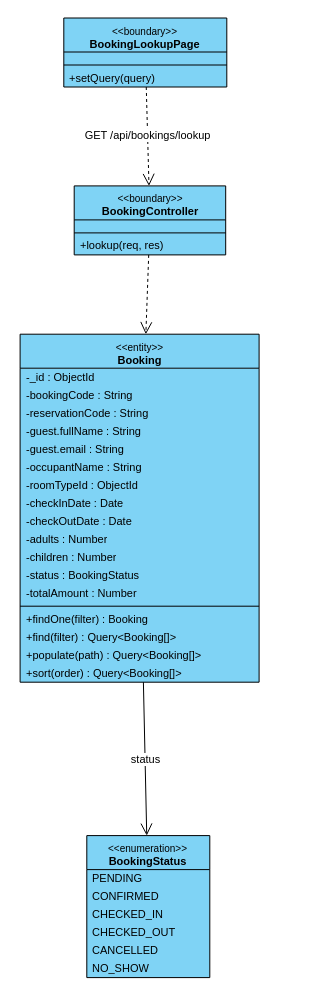
This is final/diagrams/M3_Booking-And-Customer_Diagrams/class_diagrams/CD-12_UC-G13_CheckBookingStatus.drawio from toikobi401/SWD392, a draw.io file, before an edit. Source tidied: cells renumbered, new cells numbered last; positions are measured from the earlier drawing's top-left corner, leaving out a move shared by most shapes. Both pictures are drawn from the tidied source at 100%, with x=0, y=0 at pixel (20, 17).
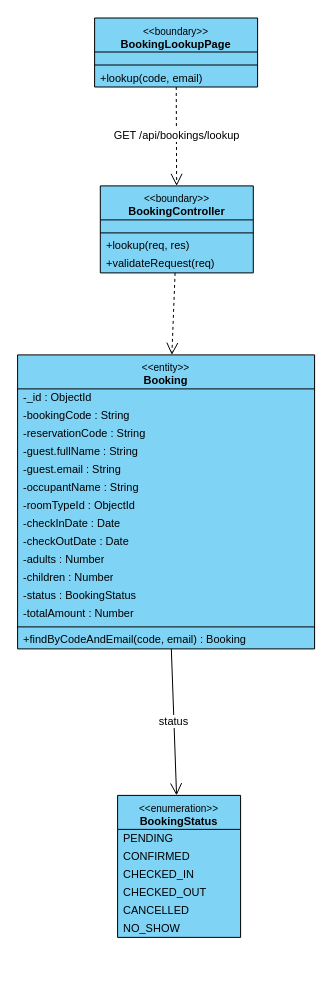
The same diagram, later.

Diff of the diagram source:
```diff
@@
     <mxCell id="2" value="&lt;font style=&quot;font-size:10px&quot;&gt;&amp;lt;&amp;lt;boundary&amp;gt;&amp;gt;&lt;/font&gt;&lt;br&gt;&lt;b&gt;BookingLookupPage&lt;/b&gt;" style="swimlane;fontStyle=0;align=center;verticalAlign=top;horizontal=1;startSize=34;html=1;whiteSpace=wrap;fontSize=11;fillColor=#7fd3f5;swimlaneFillColor=#7fd3f5;strokeColor=#000000;" parent="1" vertex="1">
-      <mxGeometry x="43.3" y="0.5" width="163" height="69" as="geometry" />
+      <mxGeometry x="74.1" y="0.5" width="163" height="69" as="geometry" />
     </mxCell>
@@
-    <mxCell id="5" value="+setQuery(query)" style="text;strokeColor=none;fillColor=none;align=left;verticalAlign=middle;spacingLeft=4;spacingRight=4;overflow=hidden;whiteSpace=nowrap;html=1;fontSize=11;" parent="2" vertex="1">
+    <mxCell id="5" value="+lookup(code, email)" style="text;strokeColor=none;fillColor=none;align=left;verticalAlign=middle;spacingLeft=4;spacingRight=4;overflow=hidden;whiteSpace=nowrap;html=1;fontSize=11;" parent="2" vertex="1">
       <mxGeometry y="51" width="163" height="18" as="geometry" />
     </mxCell>
     <mxCell id="6" value="&lt;font style=&quot;font-size:10px&quot;&gt;&amp;lt;&amp;lt;boundary&amp;gt;&amp;gt;&lt;/font&gt;&lt;br&gt;&lt;b&gt;BookingController&lt;/b&gt;" style="swimlane;fontStyle=0;align=center;verticalAlign=top;horizontal=1;startSize=34;html=1;whiteSpace=wrap;fontSize=11;fillColor=#7fd3f5;swimlaneFillColor=#7fd3f5;strokeColor=#000000;" parent="1" vertex="1">
-      <mxGeometry x="53.7" y="168.4" width="151.5" height="69" as="geometry" />
+      <mxGeometry x="79.8" y="168.4" width="153" height="87" as="geometry" />
     </mxCell>
     <mxCell id="7" style="text;strokeColor=none;fillColor=none;html=1;" parent="6" vertex="1">
-      <mxGeometry y="34" width="151.5" height="9" as="geometry" />
+      <mxGeometry y="34" width="153" height="9" as="geometry" />
     </mxCell>
     <mxCell id="8" style="line;strokeWidth=1;fillColor=none;align=left;verticalAlign=middle;spacingTop=-1;spacingLeft=3;spacingRight=3;labelPosition=right;strokeColor=#000000;" parent="6" vertex="1">
-      <mxGeometry y="43" width="151.5" height="8" as="geometry" />
+      <mxGeometry y="43" width="153" height="8" as="geometry" />
     </mxCell>
     <mxCell id="9" value="+lookup(req, res)" style="text;strokeColor=none;fillColor=none;align=left;verticalAlign=middle;spacingLeft=4;spacingRight=4;overflow=hidden;whiteSpace=nowrap;html=1;fontSize=11;" parent="6" vertex="1">
-      <mxGeometry y="51" width="151.5" height="18" as="geometry" />
+      <mxGeometry y="51" width="153" height="18" as="geometry" />
     </mxCell>
+    <mxCell id="39" value="+validateRequest(req)" style="text;strokeColor=none;fillColor=none;align=left;verticalAlign=middle;spacingLeft=4;spacingRight=4;overflow=hidden;whiteSpace=nowrap;html=1;fontSize=11;" parent="6" vertex="1">
+      <mxGeometry y="69" width="153" height="18" as="geometry" />
+    </mxCell>
     <mxCell id="10" value="&lt;font style=&quot;font-size:10px&quot;&gt;&amp;lt;&amp;lt;entity&amp;gt;&amp;gt;&lt;/font&gt;&lt;br&gt;&lt;b&gt;Booking&lt;/b&gt;" style="swimlane;fontStyle=0;align=center;verticalAlign=top;horizontal=1;startSize=34;html=1;whiteSpace=wrap;fontSize=11;fillColor=#7fd3f5;swimlaneFillColor=#7fd3f5;strokeColor=#000000;" parent="1" vertex="1">
-      <mxGeometry x="-0.4" y="316.7" width="239" height="348" as="geometry" />
+      <mxGeometry x="-2.9" y="337.4" width="297" height="294" as="geometry" />
     </mxCell>
     <mxCell id="11" value="-_id : ObjectId" style="text;strokeColor=none;fillColor=none;align=left;verticalAlign=middle;spacingLeft=4;spacingRight=4;overflow=hidden;whiteSpace=nowrap;html=1;fontSize=11;" parent="10" vertex="1">
-      <mxGeometry y="34" width="239" height="18" as="geometry" />
+      <mxGeometry y="34" width="297" height="18" as="geometry" />
     </mxCell>
     <mxCell id="12" value="-bookingCode : String" style="text;strokeColor=none;fillColor=none;align=left;verticalAlign=middle;spacingLeft=4;spacingRight=4;overflow=hidden;whiteSpace=nowrap;html=1;fontSize=11;" parent="10" vertex="1">
-      <mxGeometry y="52" width="239" height="18" as="geometry" />
+      <mxGeometry y="52" width="297" height="18" as="geometry" />
     </mxCell>
     <mxCell id="13" value="-reservationCode : String" style="text;strokeColor=none;fillColor=none;align=left;verticalAlign=middle;spacingLeft=4;spacingRight=4;overflow=hidden;whiteSpace=nowrap;html=1;fontSize=11;" parent="10" vertex="1">
-      <mxGeometry y="70" width="239" height="18" as="geometry" />
+      <mxGeometry y="70" width="297" height="18" as="geometry" />
     </mxCell>
     <mxCell id="14" value="-guest.fullName : String" style="text;strokeColor=none;fillColor=none;align=left;verticalAlign=middle;spacingLeft=4;spacingRight=4;overflow=hidden;whiteSpace=nowrap;html=1;fontSize=11;" parent="10" vertex="1">
-      <mxGeometry y="88" width="239" height="18" as="geometry" />
+      <mxGeometry y="88" width="297" height="18" as="geometry" />
     </mxCell>
     <mxCell id="15" value="-guest.email : String" style="text;strokeColor=none;fillColor=none;align=left;verticalAlign=middle;spacingLeft=4;spacingRight=4;overflow=hidden;whiteSpace=nowrap;html=1;fontSize=11;" parent="10" vertex="1">
-      <mxGeometry y="106" width="239" height="18" as="geometry" />
+      <mxGeometry y="106" width="297" height="18" as="geometry" />
     </mxCell>
     <mxCell id="16" value="-occupantName : String" style="text;strokeColor=none;fillColor=none;align=left;verticalAlign=middle;spacingLeft=4;spacingRight=4;overflow=hidden;whiteSpace=nowrap;html=1;fontSize=11;" parent="10" vertex="1">
-      <mxGeometry y="124" width="239" height="18" as="geometry" />
+      <mxGeometry y="124" width="297" height="18" as="geometry" />
     </mxCell>
     <mxCell id="17" value="-roomTypeId : ObjectId" style="text;strokeColor=none;fillColor=none;align=left;verticalAlign=middle;spacingLeft=4;spacingRight=4;overflow=hidden;whiteSpace=nowrap;html=1;fontSize=11;" parent="10" vertex="1">
-      <mxGeometry y="142" width="239" height="18" as="geometry" />
+      <mxGeometry y="142" width="297" height="18" as="geometry" />
     </mxCell>
     <mxCell id="18" value="-checkInDate : Date" style="text;strokeColor=none;fillColor=none;align=left;verticalAlign=middle;spacingLeft=4;spacingRight=4;overflow=hidden;whiteSpace=nowrap;html=1;fontSize=11;" parent="10" vertex="1">
-      <mxGeometry y="160" width="239" height="18" as="geometry" />
+      <mxGeometry y="160" width="297" height="18" as="geometry" />
     </mxCell>
     <mxCell id="19" value="-checkOutDate : Date" style="text;strokeColor=none;fillColor=none;align=left;verticalAlign=middle;spacingLeft=4;spacingRight=4;overflow=hidden;whiteSpace=nowrap;html=1;fontSize=11;" parent="10" vertex="1">
-      <mxGeometry y="178" width="239" height="18" as="geometry" />
+      <mxGeometry y="178" width="297" height="18" as="geometry" />
     </mxCell>
     <mxCell id="20" value="-adults : Number" style="text;strokeColor=none;fillColor=none;align=left;verticalAlign=middle;spacingLeft=4;spacingRight=4;overflow=hidden;whiteSpace=nowrap;html=1;fontSize=11;" parent="10" vertex="1">
-      <mxGeometry y="196" width="239" height="18" as="geometry" />
+      <mxGeometry y="196" width="297" height="18" as="geometry" />
     </mxCell>
     <mxCell id="21" value="-children : Number" style="text;strokeColor=none;fillColor=none;align=left;verticalAlign=middle;spacingLeft=4;spacingRight=4;overflow=hidden;whiteSpace=nowrap;html=1;fontSize=11;" parent="10" vertex="1">
-      <mxGeometry y="214" width="239" height="18" as="geometry" />
+      <mxGeometry y="214" width="297" height="18" as="geometry" />
     </mxCell>
     <mxCell id="22" value="-status : BookingStatus" style="text;strokeColor=none;fillColor=none;align=left;verticalAlign=middle;spacingLeft=4;spacingRight=4;overflow=hidden;whiteSpace=nowrap;html=1;fontSize=11;" parent="10" vertex="1">
-      <mxGeometry y="232" width="239" height="18" as="geometry" />
+      <mxGeometry y="232" width="297" height="18" as="geometry" />
     </mxCell>
     <mxCell id="23" value="-totalAmount : Number" style="text;strokeColor=none;fillColor=none;align=left;verticalAlign=middle;spacingLeft=4;spacingRight=4;overflow=hidden;whiteSpace=nowrap;html=1;fontSize=11;" parent="10" vertex="1">
-      <mxGeometry y="250" width="239" height="18" as="geometry" />
+      <mxGeometry y="250" width="297" height="18" as="geometry" />
     </mxCell>
     <mxCell id="24" style="line;strokeWidth=1;fillColor=none;align=left;verticalAlign=middle;spacingTop=-1;spacingLeft=3;spacingRight=3;labelPosition=right;strokeColor=#000000;" parent="10" vertex="1">
-      <mxGeometry y="268" width="239" height="8" as="geometry" />
+      <mxGeometry y="268" width="297" height="8" as="geometry" />
     </mxCell>
-    <mxCell id="25" value="+findOne(filter) : Booking" style="text;strokeColor=none;fillColor=none;align=left;verticalAlign=middle;spacingLeft=4;spacingRight=4;overflow=hidden;whiteSpace=nowrap;html=1;fontSize=11;" parent="10" vertex="1">
-      <mxGeometry y="276" width="239" height="18" as="geometry" />
+    <mxCell id="25" value="+findByCodeAndEmail(code, email) : Booking" style="text;strokeColor=none;fillColor=none;align=left;verticalAlign=middle;spacingLeft=4;spacingRight=4;overflow=hidden;whiteSpace=nowrap;html=1;fontSize=11;" parent="10" vertex="1">
+      <mxGeometry y="276" width="297" height="18" as="geometry" />
     </mxCell>
-    <mxCell id="26" value="+find(filter) : Query&amp;lt;Booking[]&amp;gt;" style="text;strokeColor=none;fillColor=none;align=left;verticalAlign=middle;spacingLeft=4;spacingRight=4;overflow=hidden;whiteSpace=nowrap;html=1;fontSize=11;" parent="10" vertex="1">
-      <mxGeometry y="294" width="239" height="18" as="geometry" />
-    </mxCell>
-    <mxCell id="27" value="+populate(path) : Query&amp;lt;Booking[]&amp;gt;" style="text;strokeColor=none;fillColor=none;align=left;verticalAlign=middle;spacingLeft=4;spacingRight=4;overflow=hidden;whiteSpace=nowrap;html=1;fontSize=11;" parent="10" vertex="1">
-      <mxGeometry y="312" width="239" height="18" as="geometry" />
-    </mxCell>
-    <mxCell id="28" value="+sort(order) : Query&amp;lt;Booking[]&amp;gt;" style="text;strokeColor=none;fillColor=none;align=left;verticalAlign=middle;spacingLeft=4;spacingRight=4;overflow=hidden;whiteSpace=nowrap;html=1;fontSize=11;" parent="10" vertex="1">
-      <mxGeometry y="330" width="239" height="18" as="geometry" />
-    </mxCell>
     <mxCell id="29" value="&lt;font style=&quot;font-size:10px&quot;&gt;&amp;lt;&amp;lt;enumeration&amp;gt;&amp;gt;&lt;/font&gt;&lt;br&gt;&lt;b&gt;BookingStatus&lt;/b&gt;" style="swimlane;fontStyle=0;align=center;verticalAlign=top;horizontal=1;startSize=34;html=1;whiteSpace=wrap;fontSize=11;fillColor=#7fd3f5;swimlaneFillColor=#7fd3f5;strokeColor=#000000;" parent="1" vertex="1">
-      <mxGeometry x="66.3" y="818.1" width="123" height="142" as="geometry" />
+      <mxGeometry x="97.1" y="777.9" width="123" height="142" as="geometry" />
     </mxCell>
```
